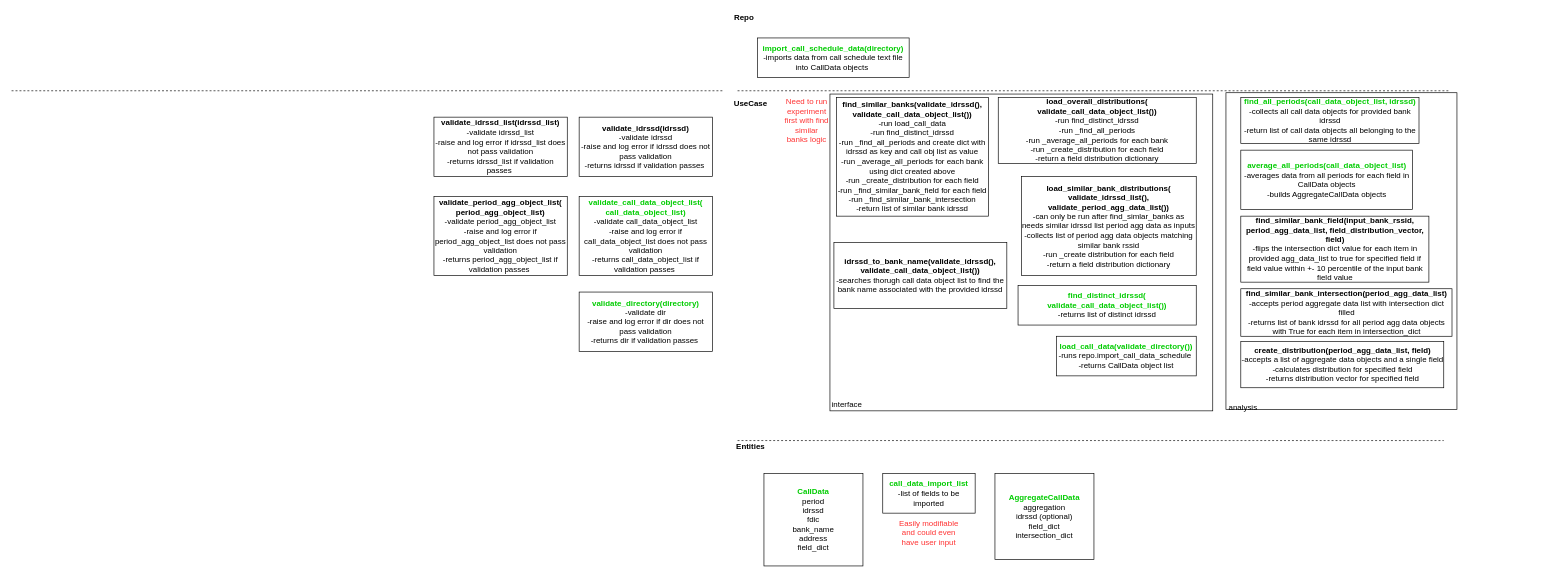
The draw.io diagram page "architecture" (1 of 5) of architecture/bank_like_x_architecture.drawio in JasonBrauer/banklikex, before the edit. Source tidied: cells renumbered, new cells numbered last; positions are measured from the earlier drawing's top-left corner, leaving out a move shared by most shapes. Both pictures are drawn from the tidied source at 66%, with x=0, y=0 at pixel (11, 11).
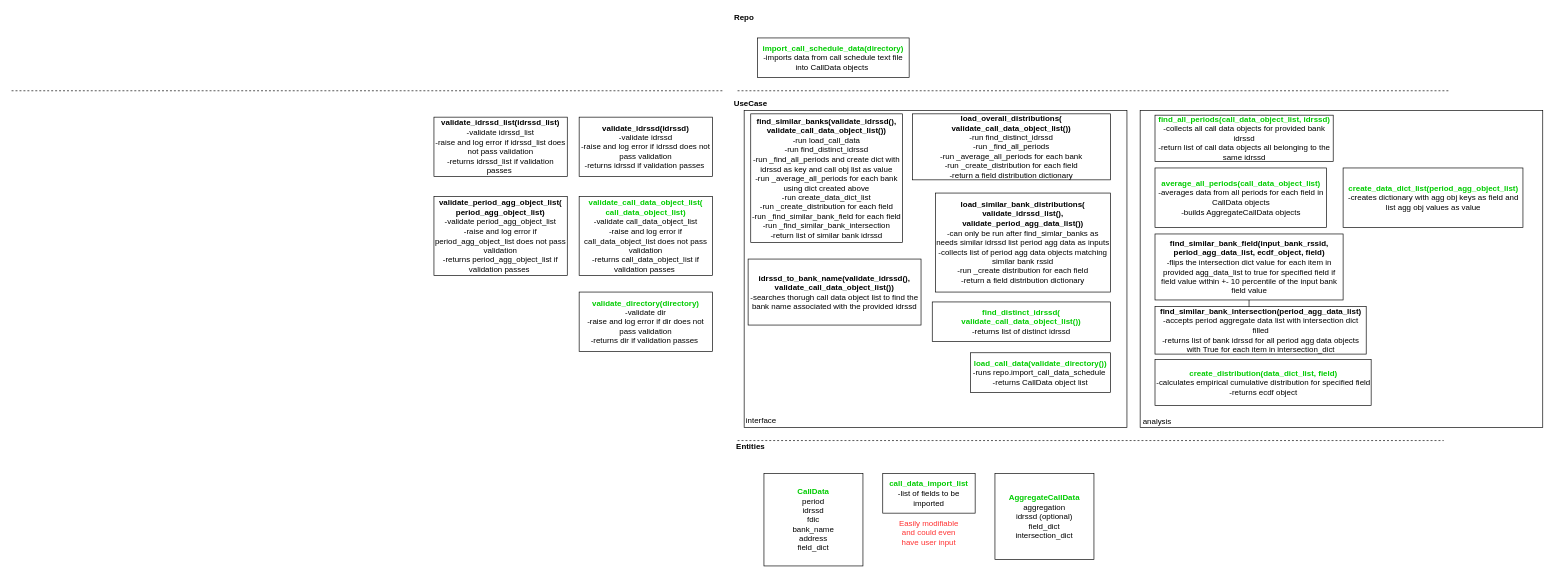
The same page after the edit.

Commit message (it also covers changes not shown here):
diagram update including find similar bank

Diff of the diagram source:
```diff
@@
     <mxCell id="2" style="rounded=0;whiteSpace=wrap;html=1;" parent="1" vertex="1">
-      <mxGeometry x="1240" y="125" width="580" height="480" as="geometry" />
+      <mxGeometry x="1110" y="150" width="580" height="480" as="geometry" />
     </mxCell>
     <mxCell id="3" style="rounded=0;whiteSpace=wrap;html=1;" parent="1" vertex="1">
-      <mxGeometry x="1840" y="123" width="350" height="480" as="geometry" />
+      <mxGeometry x="1710" y="150" width="610" height="480" as="geometry" />
     </mxCell>
@@
     <mxCell id="9" value="&lt;b&gt;&lt;font color=&quot;#00cc00&quot;&gt;average_all_periods(call_data_object_list)&lt;/font&gt;&lt;/b&gt;&lt;br&gt;-averages data from all periods for each field in CallData objects&lt;br&gt;-builds AggregateCallData objects" style="rounded=0;whiteSpace=wrap;html=1;" parent="1" vertex="1">
-      <mxGeometry x="1862.5" y="210" width="260" height="90" as="geometry" />
+      <mxGeometry x="1732.5" y="237" width="260" height="90" as="geometry" />
     </mxCell>
@@
-    <mxCell id="11" value="&lt;b&gt;find_similar_banks(validate_idrssd(), validate_call_data_object_list())&lt;/b&gt;&lt;br&gt;-run load_call_data&lt;br&gt;-run find_distinct_idrssd&lt;br&gt;-run _find_all_periods and create dict with idrssd as key and call obj list as value&lt;br&gt;-run _average_all_periods for each bank using dict created above&lt;br&gt;-run _create_distribution for each field&lt;br&gt;-run _find_similar_bank_field for each field&lt;br&gt;-run _find_similar_bank_intersection&lt;br&gt;-return list of similar bank idrssd" style="rounded=0;whiteSpace=wrap;html=1;" parent="1" vertex="1">
-      <mxGeometry x="1250" y="130" width="230" height="180" as="geometry" />
+    <mxCell id="11" value="&lt;b&gt;find_similar_banks(validate_idrssd(), validate_call_data_object_list())&lt;/b&gt;&lt;br&gt;-run load_call_data&lt;br&gt;-run find_distinct_idrssd&lt;br&gt;-run _find_all_periods and create dict with idrssd as key and call obj list as value&lt;br&gt;-run _average_all_periods for each bank using dict created above&lt;br&gt;-run create_data_dict_list&lt;br&gt;-run _create_distribution for each field&lt;br&gt;-run _find_similar_bank_field for each field&lt;br&gt;-run _find_similar_bank_intersection&lt;br&gt;-return list of similar bank idrssd" style="rounded=0;whiteSpace=wrap;html=1;" parent="1" vertex="1">
+      <mxGeometry x="1120" y="155" width="230" height="195" as="geometry" />
     </mxCell>
     <mxCell id="12" value="&lt;b&gt;load_overall_distributions(&lt;br&gt;validate_call_data_object_list())&lt;br&gt;&lt;/b&gt;-run find_distinct_idrssd&lt;br&gt;-run _find_all_periods&lt;br&gt;-run _average_all_periods for each bank&lt;br&gt;-run _create_distribution for each field&lt;br&gt;-return a field distribution dictionary&lt;b&gt;&lt;br&gt;&lt;/b&gt;" style="rounded=0;whiteSpace=wrap;html=1;" parent="1" vertex="1">
-      <mxGeometry x="1495" y="130" width="300" height="100" as="geometry" />
+      <mxGeometry x="1365" y="155" width="300" height="100" as="geometry" />
     </mxCell>
     <mxCell id="13" value="&lt;b&gt;load_similar_bank_distributions(&lt;br&gt;validate_idrssd_list(), validate_period_agg_data_list())&lt;br&gt;&lt;/b&gt;-can only be run after find_simlar_banks as needs similar idrssd list period agg data as inputs&lt;br&gt;-collects list of period agg data objects matching similar bank rssid&lt;br&gt;-run _create distribution for each field&lt;br&gt;-return a field distribution dictionary" style="rounded=0;whiteSpace=wrap;html=1;" parent="1" vertex="1">
-      <mxGeometry x="1530" y="250" width="265" height="150" as="geometry" />
+      <mxGeometry x="1400" y="275" width="265" height="150" as="geometry" />
     </mxCell>
-    <mxCell id="14" value="&lt;b&gt;create_distribution(period_agg_data_list, field)&lt;/b&gt;&lt;br&gt;-accepts a list of aggregate data objects and a single field&lt;br&gt;-calculates distribution for specified field&lt;br&gt;-returns distribution vector for specified field" style="rounded=0;whiteSpace=wrap;html=1;" parent="1" vertex="1">
-      <mxGeometry x="1862.5" y="500" width="307.5" height="70" as="geometry" />
+    <mxCell id="14" value="&lt;b&gt;&lt;font color=&quot;#00cc00&quot;&gt;create_distribution(data_dict_list, field)&lt;/font&gt;&lt;/b&gt;&lt;br&gt;-calculates empirical cumulative distribution for specified field&lt;br&gt;-returns ecdf object" style="rounded=0;whiteSpace=wrap;html=1;" parent="1" vertex="1">
+      <mxGeometry x="1732.5" y="527" width="327.5" height="70" as="geometry" />
     </mxCell>
     <mxCell id="15" value="&lt;b&gt;&lt;font color=&quot;#00cc00&quot;&gt;find_all_periods(call_data_object_list, idrssd)&lt;/font&gt;&lt;/b&gt;&lt;br&gt;-collects all call data objects for provided bank idrssd&lt;br&gt;-return list of call data objects all belonging to the same idrssd" style="rounded=0;whiteSpace=wrap;html=1;" parent="1" vertex="1">
-      <mxGeometry x="1862.5" y="130" width="270" height="70" as="geometry" />
+      <mxGeometry x="1732.5" y="157" width="270" height="70" as="geometry" />
     </mxCell>
     <mxCell id="16" value="&lt;b&gt;&lt;font color=&quot;#00cc00&quot;&gt;find_distinct_idrssd(&lt;br&gt;validate_call_data_object_list())&lt;/font&gt;&lt;/b&gt;&lt;br&gt;-returns list of distinct idrssd" style="rounded=0;whiteSpace=wrap;html=1;" parent="1" vertex="1">
-      <mxGeometry x="1525" y="415" width="270" height="60" as="geometry" />
+      <mxGeometry x="1395" y="440" width="270" height="60" as="geometry" />
     </mxCell>
@@
+    <mxCell id="34" style="edgeStyle=orthogonalEdgeStyle;rounded=0;jettySize=auto;html=1;" parent="1" edge="1" source="20" target="21">
+      <mxGeometry relative="1" as="geometry" />
+    </mxCell>
-    <mxCell id="20" value="&lt;b&gt;find_similar_bank_field(input_bank_rssid, period_agg_data_list, field_distribution_vector, field)&lt;/b&gt;&lt;br&gt;-flips the intersection dict value for each item in provided agg_data_list to true for specified field if field value within +- 10 percentile of the input bank field value" style="rounded=0;whiteSpace=wrap;html=1;" parent="1" vertex="1">
-      <mxGeometry x="1862.5" y="310" width="285" height="100" as="geometry" />
+    <mxCell id="20" value="&lt;b&gt;find_similar_bank_field(input_bank_rssid, period_agg_data_list, ecdf_object, field)&lt;/b&gt;&lt;br&gt;-flips the intersection dict value for each item in provided agg_data_list to true for specified field if field value within +- 10 percentile of the input bank field value" style="rounded=0;whiteSpace=wrap;html=1;" parent="1" vertex="1">
+      <mxGeometry x="1732.5" y="337" width="285" height="100" as="geometry" />
     </mxCell>
     <mxCell id="21" value="&lt;b&gt;find_similar_bank_intersection(period_agg_data_list)&lt;/b&gt;&lt;br&gt;-accepts period aggregate data list with intersection dict filled&lt;br&gt;-returns list of bank idrssd for all period agg data objects with True for each item in intersection_dict" style="rounded=0;whiteSpace=wrap;html=1;" parent="1" vertex="1">
-      <mxGeometry x="1862.5" y="420" width="320" height="72" as="geometry" />
+      <mxGeometry x="1732.5" y="447" width="320" height="72" as="geometry" />
     </mxCell>
     <mxCell id="22" value="&lt;b&gt;&lt;font color=&quot;#00cc00&quot;&gt;load_call_data(validate_directory())&lt;/font&gt;&lt;/b&gt;&lt;br&gt;-runs repo.import_call_data_schedule&amp;nbsp;&lt;br&gt;-returns CallData object list" style="rounded=0;whiteSpace=wrap;html=1;" parent="1" vertex="1">
-      <mxGeometry x="1583" y="492" width="212" height="60" as="geometry" />
+      <mxGeometry x="1453" y="517" width="212" height="60" as="geometry" />
     </mxCell>
-    <mxCell id="23" value="Need to run experiment first with find similar banks logic" style="text;html=1;strokeColor=none;fillColor=none;align=center;verticalAlign=middle;whiteSpace=wrap;rounded=0;fontColor=#FF3333;" parent="1" vertex="1">
-      <mxGeometry x="1170" y="125" width="70" height="80" as="geometry" />
-    </mxCell>
@@
     <mxCell id="25" value="&lt;b&gt;idrssd_to_bank_name(validate_idrssd(), validate_call_data_object_list())&lt;/b&gt;&lt;br&gt;-searches thorugh call data object list to find the bank name associated with the provided idrssd" style="rounded=0;whiteSpace=wrap;html=1;" parent="1" vertex="1">
-      <mxGeometry x="1246" y="350" width="262" height="100" as="geometry" />
+      <mxGeometry x="1116" y="375" width="262" height="100" as="geometry" />
     </mxCell>
@@
     <mxCell id="32" value="analysis" style="text;html=1;strokeColor=none;fillColor=none;align=center;verticalAlign=middle;whiteSpace=wrap;rounded=0;" parent="1" vertex="1">
-      <mxGeometry x="1846" y="590" width="40" height="20" as="geometry" />
+      <mxGeometry x="1716" y="612" width="40" height="20" as="geometry" />
     </mxCell>
     <mxCell id="33" value="interface" style="text;html=1;strokeColor=none;fillColor=none;align=center;verticalAlign=middle;whiteSpace=wrap;rounded=0;" parent="1" vertex="1">
-      <mxGeometry x="1246" y="585" width="40" height="20" as="geometry" />
+      <mxGeometry x="1116" y="610" width="40" height="20" as="geometry" />
     </mxCell>
+    <mxCell id="35" value="&lt;b&gt;&lt;font color=&quot;#00cc00&quot;&gt;create_data_dict_list(period_agg_object_list)&lt;/font&gt;&lt;/b&gt;&lt;br&gt;-creates dictionary with agg obj keys as field and list agg obj values as value" style="rounded=0;whiteSpace=wrap;html=1;" parent="1" vertex="1">
+      <mxGeometry x="2017.5" y="237" width="272.5" height="90" as="geometry" />
+    </mxCell>
```
